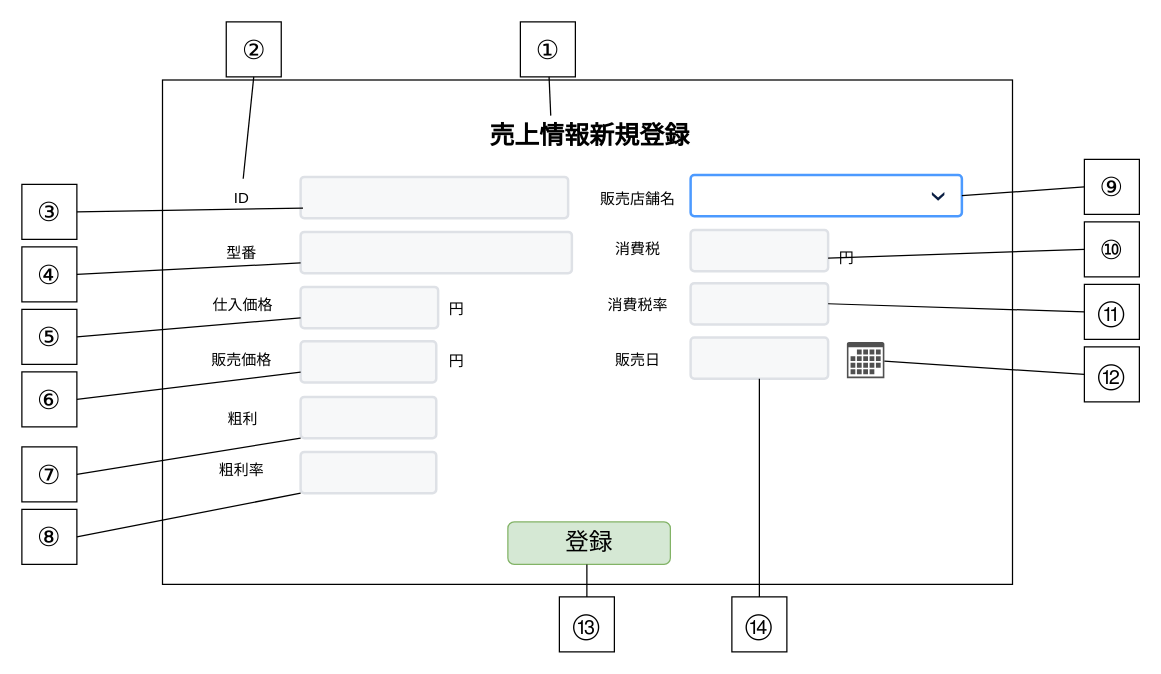
Before: page "売上情報_新規登録" (8 of 10) of 各種設計書/6.画面設計書/画面設計.drawio in HaruShim/Sotuken, a draw.io diagram. Source tidied: cells renumbered, new cells numbered last; positions are measured from the earlier drawing's top-left corner, leaving out a move shared by most shapes. Both pictures are drawn from the tidied source at 125%, with x=0, y=0 at pixel (21, 21).
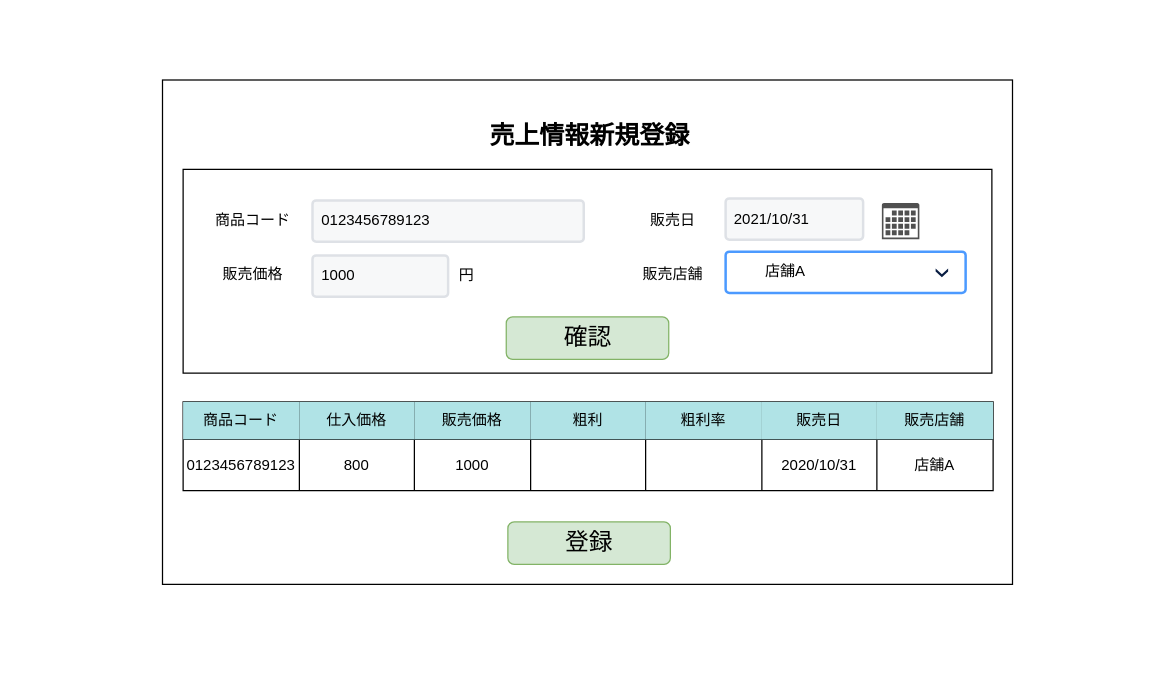
Above is the later version.

Change to the diagram source:
```diff
@@
+    <mxCell id="59" style="rounded=0;whiteSpace=wrap;html=1;" parent="1" vertex="1">
+      <mxGeometry x="129" y="118" width="647" height="163" as="geometry" />
+    </mxCell>
@@
-    <mxCell id="5" value="ID" style="text;html=1;strokeColor=none;fillColor=none;align=center;verticalAlign=middle;whiteSpace=wrap;rounded=0;" parent="1" vertex="1">
-      <mxGeometry x="142.5" y="125.5" width="66" height="30" as="geometry" />
-    </mxCell>
-    <mxCell id="6" style="rounded=1;arcSize=9;fillColor=#F7F8F9;align=left;spacingLeft=5;strokeColor=#DEE1E6;html=1;strokeWidth=2;fontSize=12;" parent="1" vertex="1">
-      <mxGeometry x="223" y="124" width="214" height="33" as="geometry" />
-    </mxCell>
-    <mxCell id="7" style="rounded=1;arcSize=9;fillColor=#F7F8F9;align=left;spacingLeft=5;strokeColor=#DEE1E6;html=1;strokeWidth=2;fontSize=12;" parent="1" vertex="1">
-      <mxGeometry x="223" y="168" width="217" height="33" as="geometry" />
+    <mxCell id="7" value="0123456789123" style="rounded=1;arcSize=9;fillColor=#F7F8F9;align=left;spacingLeft=5;strokeColor=#DEE1E6;html=1;strokeWidth=2;fontSize=12;" parent="1" vertex="1">
+      <mxGeometry x="232.5" y="142.8" width="217" height="33" as="geometry" />
     </mxCell>
-    <mxCell id="8" value="型番" style="text;html=1;strokeColor=none;fillColor=none;align=center;verticalAlign=middle;whiteSpace=wrap;rounded=0;" parent="1" vertex="1">
-      <mxGeometry x="125.5" y="169.5" width="100" height="30" as="geometry" />
+    <mxCell id="8" value="商品コード" style="text;html=1;strokeColor=none;fillColor=none;align=center;verticalAlign=middle;whiteSpace=wrap;rounded=0;" parent="1" vertex="1">
+      <mxGeometry x="135" y="144.2" width="100" height="30" as="geometry" />
     </mxCell>
-    <mxCell id="9" style="rounded=1;arcSize=9;fillColor=#F7F8F9;align=left;spacingLeft=5;strokeColor=#DEE1E6;html=1;strokeWidth=2;fontSize=12;" parent="1" vertex="1">
-      <mxGeometry x="223" y="212" width="110" height="33" as="geometry" />
-    </mxCell>
-    <mxCell id="10" value="粗利" style="text;html=1;strokeColor=none;fillColor=none;align=center;verticalAlign=middle;whiteSpace=wrap;rounded=0;" parent="1" vertex="1">
-      <mxGeometry x="147" y="303" width="60" height="30" as="geometry" />
-    </mxCell>
-    <mxCell id="11" value="粗利率" style="text;html=1;strokeColor=none;fillColor=none;align=center;verticalAlign=middle;whiteSpace=wrap;rounded=0;" parent="1" vertex="1">
-      <mxGeometry x="145.5" y="344" width="60" height="30" as="geometry" />
-    </mxCell>
-    <mxCell id="12" style="rounded=1;arcSize=9;fillColor=#ffffff;strokeColor=#4C9AFF;html=1;strokeWidth=2;spacingLeft=30;fontColor=#000000;align=left;" parent="1" vertex="1">
-      <mxGeometry x="535" y="122.5" width="217" height="33" as="geometry" />
-    </mxCell>
-    <mxCell id="13" style="shape=step;whiteSpace=wrap;html=1;rounded=0;strokeColor=none;strokeWidth=2;fillColor=#0A1E43;gradientColor=none;fontFamily=Verdana;fontSize=14;fontColor=#000000;align=left;direction=south;size=0.65;" parent="12" vertex="1">
-      <mxGeometry x="1" y="0.5" width="10" height="7" relative="1" as="geometry">
-        <mxPoint x="-24" y="-3" as="offset" />
-      </mxGeometry>
-    </mxCell>
-    <mxCell id="14" value="仕入価格" style="text;html=1;strokeColor=none;fillColor=none;align=center;verticalAlign=middle;whiteSpace=wrap;rounded=0;" parent="1" vertex="1">
-      <mxGeometry x="144" y="212" width="66" height="30" as="geometry" />
-    </mxCell>
-    <mxCell id="15" style="rounded=1;arcSize=9;fillColor=#F7F8F9;align=left;spacingLeft=5;strokeColor=#DEE1E6;html=1;strokeWidth=2;fontSize=12;" parent="1" vertex="1">
-      <mxGeometry x="223" y="255.5" width="108.5" height="33" as="geometry" />
+    <mxCell id="15" value="1000" style="rounded=1;arcSize=9;fillColor=#F7F8F9;align=left;spacingLeft=5;strokeColor=#DEE1E6;html=1;strokeWidth=2;fontSize=12;" parent="1" vertex="1">
+      <mxGeometry x="232.5" y="186.8" width="108.5" height="33" as="geometry" />
     </mxCell>
-    <mxCell id="16" value="円" style="text;html=1;strokeColor=none;fillColor=none;align=center;verticalAlign=middle;whiteSpace=wrap;rounded=0;" parent="1" vertex="1">
-      <mxGeometry x="333" y="215" width="30" height="30" as="geometry" />
-    </mxCell>
     <mxCell id="17" value="販売価格" style="text;html=1;strokeColor=none;fillColor=none;align=center;verticalAlign=middle;whiteSpace=wrap;rounded=0;" parent="1" vertex="1">
-      <mxGeometry x="142.5" y="255.5" width="66" height="30" as="geometry" />
+      <mxGeometry x="152" y="186.8" width="66" height="30" as="geometry" />
     </mxCell>
     <mxCell id="18" value="円" style="text;html=1;strokeColor=none;fillColor=none;align=center;verticalAlign=middle;whiteSpace=wrap;rounded=0;" parent="1" vertex="1">
-      <mxGeometry x="333" y="257" width="30" height="30" as="geometry" />
+      <mxGeometry x="341" y="188.2" width="30" height="30" as="geometry" />
     </mxCell>
-    <mxCell id="19" style="rounded=1;arcSize=9;fillColor=#F7F8F9;align=left;spacingLeft=5;strokeColor=#DEE1E6;html=1;strokeWidth=2;fontSize=12;" parent="1" vertex="1">
-      <mxGeometry x="223" y="300" width="108.5" height="33" as="geometry" />
-    </mxCell>
-    <mxCell id="20" style="rounded=1;arcSize=9;fillColor=#F7F8F9;align=left;spacingLeft=5;strokeColor=#DEE1E6;html=1;strokeWidth=2;fontSize=12;" parent="1" vertex="1">
-      <mxGeometry x="223" y="344" width="108.5" height="33" as="geometry" />
-    </mxCell>
-    <mxCell id="21" value="販売店舗名" style="text;html=1;strokeColor=none;fillColor=none;align=center;verticalAlign=middle;whiteSpace=wrap;rounded=0;" parent="1" vertex="1">
-      <mxGeometry x="460" y="127" width="66" height="30" as="geometry" />
-    </mxCell>
-    <mxCell id="22" value="消費税" style="text;html=1;strokeColor=none;fillColor=none;align=center;verticalAlign=middle;whiteSpace=wrap;rounded=0;" parent="1" vertex="1">
-      <mxGeometry x="460" y="166.5" width="66" height="30" as="geometry" />
-    </mxCell>
-    <mxCell id="23" style="rounded=1;arcSize=9;fillColor=#F7F8F9;align=left;spacingLeft=5;strokeColor=#DEE1E6;html=1;strokeWidth=2;fontSize=12;" parent="1" vertex="1">
-      <mxGeometry x="535" y="166.5" width="110" height="33" as="geometry" />
-    </mxCell>
-    <mxCell id="24" value="円" style="text;html=1;strokeColor=none;fillColor=none;align=center;verticalAlign=middle;whiteSpace=wrap;rounded=0;" parent="1" vertex="1">
-      <mxGeometry x="645" y="174" width="30" height="30" as="geometry" />
-    </mxCell>
-    <mxCell id="25" value="消費税率" style="text;html=1;strokeColor=none;fillColor=none;align=center;verticalAlign=middle;whiteSpace=wrap;rounded=0;" parent="1" vertex="1">
-      <mxGeometry x="460" y="212" width="66" height="30" as="geometry" />
-    </mxCell>
-    <mxCell id="26" style="rounded=1;arcSize=9;fillColor=#F7F8F9;align=left;spacingLeft=5;strokeColor=#DEE1E6;html=1;strokeWidth=2;fontSize=12;" parent="1" vertex="1">
-      <mxGeometry x="535" y="209" width="110" height="33" as="geometry" />
-    </mxCell>
     <mxCell id="27" value="販売日" style="text;html=1;strokeColor=none;fillColor=none;align=center;verticalAlign=middle;whiteSpace=wrap;rounded=0;" parent="1" vertex="1">
-      <mxGeometry x="460" y="255.5" width="66" height="30" as="geometry" />
+      <mxGeometry x="488" y="144.2" width="66" height="30" as="geometry" />
     </mxCell>
-    <mxCell id="28" style="rounded=1;arcSize=9;fillColor=#F7F8F9;align=left;spacingLeft=5;strokeColor=#DEE1E6;html=1;strokeWidth=2;fontSize=12;" parent="1" vertex="1">
-      <mxGeometry x="535" y="252.5" width="110" height="33" as="geometry" />
+    <mxCell id="28" value="2021/10/31" style="rounded=1;arcSize=9;fillColor=#F7F8F9;align=left;spacingLeft=5;strokeColor=#DEE1E6;html=1;strokeWidth=2;fontSize=12;" parent="1" vertex="1">
+      <mxGeometry x="563" y="141.2" width="110" height="33" as="geometry" />
     </mxCell>
     <mxCell id="29" style="sketch=0;shadow=0;dashed=0;html=1;strokeColor=none;fillColor=#505050;labelPosition=center;verticalLabelPosition=bottom;verticalAlign=top;outlineConnect=0;align=center;shape=mxgraph.office.concepts.calendar;" parent="1" vertex="1">
-      <mxGeometry x="660" y="256" width="30" height="29" as="geometry" />
+      <mxGeometry x="688" y="144.8" width="30" height="29" as="geometry" />
     </mxCell>
-    <mxCell id="30" parent="0" />
-    <mxCell id="31" value="②" style="whiteSpace=wrap;html=1;fontSize=21;" parent="30" vertex="1">
-      <mxGeometry x="163.5" width="44" height="44" as="geometry" />
-    </mxCell>
-    <mxCell id="32" style="endArrow=none;html=1;rounded=0;fontSize=19;entryX=0.5;entryY=1;entryDx=0;entryDy=0;" parent="30" edge="1" source="5" target="31">
-      <mxGeometry relative="1" as="geometry" />
-    </mxCell>
-    <mxCell id="33" value="①" style="whiteSpace=wrap;html=1;fontSize=21;" parent="30" vertex="1">
-      <mxGeometry x="398.8" width="44" height="44" as="geometry" />
-    </mxCell>
-    <mxCell id="34" style="endArrow=none;html=1;rounded=0;fontSize=19;exitX=0.25;exitY=0;exitDx=0;exitDy=0;" parent="30" edge="1" target="33">
-      <mxGeometry relative="1" as="geometry">
-        <mxPoint x="423.1" y="75" as="sourcePoint" />
-      </mxGeometry>
-    </mxCell>
-    <mxCell id="35" value="③" style="whiteSpace=wrap;html=1;fontSize=21;" parent="30" vertex="1">
-      <mxGeometry y="130" width="44" height="44" as="geometry" />
-    </mxCell>
-    <mxCell id="36" style="endArrow=none;html=1;rounded=0;fontSize=19;entryX=1;entryY=0.5;entryDx=0;entryDy=0;exitX=0.009;exitY=0.758;exitDx=0;exitDy=0;exitPerimeter=0;" parent="30" edge="1" target="35">
-      <mxGeometry relative="1" as="geometry">
-        <mxPoint x="224.9" y="149" as="sourcePoint" />
-      </mxGeometry>
-    </mxCell>
-    <mxCell id="37" value="④" style="whiteSpace=wrap;html=1;fontSize=21;" parent="30" vertex="1">
-      <mxGeometry y="180" width="44" height="44" as="geometry" />
-    </mxCell>
-    <mxCell id="38" style="endArrow=none;html=1;rounded=0;fontSize=19;entryX=1;entryY=0.5;entryDx=0;entryDy=0;exitX=0;exitY=0.75;exitDx=0;exitDy=0;" parent="30" edge="1" target="37">
-      <mxGeometry relative="1" as="geometry">
-        <mxPoint x="223" y="192.8" as="sourcePoint" />
-      </mxGeometry>
-    </mxCell>
-    <mxCell id="39" value="⑤" style="whiteSpace=wrap;html=1;fontSize=21;" parent="30" vertex="1">
-      <mxGeometry y="230" width="44" height="44" as="geometry" />
-    </mxCell>
-    <mxCell id="40" style="endArrow=none;html=1;rounded=0;fontSize=19;entryX=1;entryY=0.5;entryDx=0;entryDy=0;exitX=0;exitY=0.75;exitDx=0;exitDy=0;" parent="30" edge="1" target="39">
-      <mxGeometry relative="1" as="geometry">
-        <mxPoint x="223" y="236.8" as="sourcePoint" />
-      </mxGeometry>
-    </mxCell>
-    <mxCell id="41" value="⑥" style="whiteSpace=wrap;html=1;fontSize=21;" parent="30" vertex="1">
-      <mxGeometry y="280" width="44" height="44" as="geometry" />
-    </mxCell>
-    <mxCell id="42" style="endArrow=none;html=1;rounded=0;fontSize=19;entryX=1;entryY=0.5;entryDx=0;entryDy=0;exitX=0;exitY=0.75;exitDx=0;exitDy=0;" parent="30" edge="1" target="41">
-      <mxGeometry relative="1" as="geometry">
-        <mxPoint x="223" y="280.2" as="sourcePoint" />
-      </mxGeometry>
-    </mxCell>
-    <mxCell id="43" value="⑦" style="whiteSpace=wrap;html=1;fontSize=21;" parent="30" vertex="1">
-      <mxGeometry y="340" width="44" height="44" as="geometry" />
-    </mxCell>
-    <mxCell id="44" style="endArrow=none;html=1;rounded=0;fontSize=19;entryX=1;entryY=0.5;entryDx=0;entryDy=0;exitX=0;exitY=1;exitDx=0;exitDy=0;" parent="30" edge="1" target="43">
-      <mxGeometry relative="1" as="geometry">
-        <mxPoint x="223" y="333" as="sourcePoint" />
-      </mxGeometry>
-    </mxCell>
-    <mxCell id="45" value="⑧" style="whiteSpace=wrap;html=1;fontSize=21;" parent="30" vertex="1">
-      <mxGeometry y="390" width="44" height="44" as="geometry" />
-    </mxCell>
-    <mxCell id="46" style="endArrow=none;html=1;rounded=0;fontSize=19;entryX=1;entryY=0.5;entryDx=0;entryDy=0;exitX=0;exitY=1;exitDx=0;exitDy=0;" parent="30" edge="1" target="45">
-      <mxGeometry relative="1" as="geometry">
-        <mxPoint x="223" y="377" as="sourcePoint" />
-      </mxGeometry>
-    </mxCell>
-    <mxCell id="47" value="⑨" style="whiteSpace=wrap;html=1;fontSize=21;" parent="30" vertex="1">
-      <mxGeometry x="850" y="110" width="44" height="44" as="geometry" />
-    </mxCell>
-    <mxCell id="48" style="endArrow=none;html=1;rounded=0;fontSize=19;entryX=0;entryY=0.5;entryDx=0;entryDy=0;exitX=1;exitY=0.5;exitDx=0;exitDy=0;" parent="30" edge="1" source="12" target="47">
-      <mxGeometry relative="1" as="geometry" />
-    </mxCell>
-    <mxCell id="49" value="⑩" style="whiteSpace=wrap;html=1;fontSize=21;" parent="30" vertex="1">
-      <mxGeometry x="850" y="160" width="44" height="44" as="geometry" />
-    </mxCell>
-    <mxCell id="50" style="endArrow=none;html=1;rounded=0;fontSize=19;entryX=0;entryY=0.5;entryDx=0;entryDy=0;exitX=0;exitY=0.5;exitDx=0;exitDy=0;" parent="30" edge="1" source="24" target="49">
-      <mxGeometry relative="1" as="geometry" />
-    </mxCell>
-    <mxCell id="51" value="⑪" style="whiteSpace=wrap;html=1;fontSize=21;" parent="30" vertex="1">
-      <mxGeometry x="850" y="210" width="44" height="44" as="geometry" />
-    </mxCell>
-    <mxCell id="52" style="endArrow=none;html=1;rounded=0;fontSize=19;entryX=0;entryY=0.5;entryDx=0;entryDy=0;exitX=1;exitY=0.5;exitDx=0;exitDy=0;" parent="30" edge="1" source="26" target="51">
-      <mxGeometry relative="1" as="geometry" />
-    </mxCell>
-    <mxCell id="53" value="⑫" style="whiteSpace=wrap;html=1;fontSize=21;" parent="30" vertex="1">
-      <mxGeometry x="850" y="260" width="44" height="44" as="geometry" />
-    </mxCell>
-    <mxCell id="54" style="endArrow=none;html=1;rounded=0;fontSize=19;entryX=0;entryY=0.5;entryDx=0;entryDy=0;" parent="30" edge="1" source="29" target="53">
-      <mxGeometry relative="1" as="geometry" />
-    </mxCell>
-    <mxCell id="55" value="⑭" style="whiteSpace=wrap;html=1;fontSize=21;" parent="30" vertex="1">
-      <mxGeometry x="568" y="460" width="44" height="44" as="geometry" />
-    </mxCell>
-    <mxCell id="56" style="endArrow=none;html=1;rounded=0;fontSize=19;entryX=0.5;entryY=0;entryDx=0;entryDy=0;" parent="30" edge="1" source="28" target="55">
-      <mxGeometry relative="1" as="geometry" />
-    </mxCell>
-    <mxCell id="57" value="⑬" style="whiteSpace=wrap;html=1;fontSize=21;" parent="30" vertex="1">
-      <mxGeometry x="430" y="460" width="44" height="44" as="geometry" />
-    </mxCell>
-    <mxCell id="58" style="endArrow=none;html=1;rounded=0;fontSize=19;entryX=0.5;entryY=0;entryDx=0;entryDy=0;" parent="30" edge="1" target="57">
-      <mxGeometry relative="1" as="geometry">
-        <mxPoint x="452" y="434" as="sourcePoint" />
-      </mxGeometry>
-    </mxCell>
+    <mxCell id="60" style="shape=table;startSize=0;childLayout=tableLayout;" parent="1" vertex="1">
+      <mxGeometry x="129" y="304" width="648" height="70.9" as="geometry" />
+    </mxCell>
+    <mxCell id="61" style="shape=partialRectangle;fillColor=none;top=0;left=0;bottom=0;right=0;" parent="60" vertex="1">
+      <mxGeometry width="648" height="30" as="geometry" />
+    </mxCell>
+    <mxCell id="62" value="商品コード" style="shape=partialRectangle;html=1;whiteSpace=wrap;overflow=hidden;fillColor=#b0e3e6;top=0;left=0;bottom=0;right=0;strokeColor=#0e8088;" parent="61" vertex="1">
+      <mxGeometry width="93" height="30" as="geometry" />
+    </mxCell>
+    <mxCell id="14" value="仕入価格" style="shape=partialRectangle;html=1;whiteSpace=wrap;overflow=hidden;fillColor=#b0e3e6;top=0;left=0;bottom=0;right=0;strokeColor=#0e8088;" parent="61" vertex="1">
+      <mxGeometry x="93" width="92" height="30" as="geometry" />
+    </mxCell>
+    <mxCell id="63" value="販売価格" style="shape=partialRectangle;html=1;whiteSpace=wrap;overflow=hidden;fillColor=#b0e3e6;top=0;left=0;bottom=0;right=0;strokeColor=#0e8088;" parent="61" vertex="1">
+      <mxGeometry x="185" width="93" height="30" as="geometry" />
+    </mxCell>
+    <mxCell id="10" value="粗利" style="shape=partialRectangle;html=1;whiteSpace=wrap;overflow=hidden;fillColor=#b0e3e6;top=0;left=0;bottom=0;right=0;strokeColor=#0e8088;" parent="61" vertex="1">
+      <mxGeometry x="278" width="92" height="30" as="geometry" />
+    </mxCell>
+    <mxCell id="11" value="粗利率" style="shape=partialRectangle;html=1;whiteSpace=wrap;overflow=hidden;fillColor=#b0e3e6;top=0;left=0;bottom=0;right=0;strokeColor=#0e8088;" parent="61" vertex="1">
+      <mxGeometry x="370" width="93" height="30" as="geometry" />
+    </mxCell>
+    <mxCell id="64" value="販売日" style="shape=partialRectangle;html=1;whiteSpace=wrap;overflow=hidden;fillColor=#b0e3e6;top=0;left=0;bottom=0;right=0;strokeColor=#0e8088;" parent="61" vertex="1">
+      <mxGeometry x="463" width="92" height="30" as="geometry" />
+    </mxCell>
+    <mxCell id="65" value="販売店舗" style="shape=partialRectangle;html=1;whiteSpace=wrap;overflow=hidden;fillColor=#b0e3e6;top=0;left=0;bottom=0;right=0;strokeColor=#0e8088;" parent="61" vertex="1">
+      <mxGeometry x="555" width="93" height="30" as="geometry" />
+    </mxCell>
+    <mxCell id="66" style="shape=partialRectangle;fillColor=none;top=0;left=0;bottom=0;right=0;" parent="60" vertex="1">
+      <mxGeometry y="30" width="648" height="41" as="geometry" />
+    </mxCell>
+    <mxCell id="67" value="&lt;span style=&quot;text-align: left&quot;&gt;0123456789123&lt;/span&gt;" style="shape=partialRectangle;html=1;whiteSpace=wrap;overflow=hidden;fillColor=none;top=0;left=0;bottom=0;right=0;" parent="66" vertex="1">
+      <mxGeometry width="93" height="41" as="geometry" />
+    </mxCell>
+    <mxCell id="68" value="800" style="shape=partialRectangle;html=1;whiteSpace=wrap;overflow=hidden;fillColor=none;top=0;left=0;bottom=0;right=0;" parent="66" vertex="1">
+      <mxGeometry x="93" width="92" height="41" as="geometry" />
+    </mxCell>
+    <mxCell id="69" value="1000" style="shape=partialRectangle;html=1;whiteSpace=wrap;overflow=hidden;fillColor=none;top=0;left=0;bottom=0;right=0;" parent="66" vertex="1">
+      <mxGeometry x="185" width="93" height="41" as="geometry" />
+    </mxCell>
+    <mxCell id="70" style="shape=partialRectangle;html=1;whiteSpace=wrap;overflow=hidden;fillColor=none;top=0;left=0;bottom=0;right=0;" parent="66" vertex="1">
+      <mxGeometry x="278" width="92" height="41" as="geometry" />
+    </mxCell>
+    <mxCell id="71" style="shape=partialRectangle;html=1;whiteSpace=wrap;overflow=hidden;fillColor=none;top=0;left=0;bottom=0;right=0;" parent="66" vertex="1">
+      <mxGeometry x="370" width="93" height="41" as="geometry" />
+    </mxCell>
+    <mxCell id="72" value="2020/10/31" style="shape=partialRectangle;html=1;whiteSpace=wrap;overflow=hidden;fillColor=none;top=0;left=0;bottom=0;right=0;" parent="66" vertex="1">
+      <mxGeometry x="463" width="92" height="41" as="geometry" />
+    </mxCell>
+    <mxCell id="73" value="店舗A" style="shape=partialRectangle;html=1;whiteSpace=wrap;overflow=hidden;fillColor=none;top=0;left=0;bottom=0;right=0;" parent="66" vertex="1">
+      <mxGeometry x="555" width="93" height="41" as="geometry" />
+    </mxCell>
+    <mxCell id="74" value="&lt;span style=&quot;font-size: 19px&quot;&gt;確認&lt;/span&gt;" style="rounded=1;whiteSpace=wrap;html=1;align=center;labelBackgroundColor=none;fillColor=#d5e8d4;strokeColor=#82b366;" parent="1" vertex="1">
+      <mxGeometry x="387.5" y="236" width="130" height="34" as="geometry" />
+    </mxCell>
+    <mxCell id="75" value="店舗A" style="rounded=1;arcSize=9;fillColor=#ffffff;strokeColor=#4C9AFF;html=1;strokeWidth=2;spacingLeft=30;fontColor=#000000;align=left;" parent="1" vertex="1">
+      <mxGeometry x="563" y="183.8" width="192" height="33" as="geometry" />
+    </mxCell>
+    <mxCell id="76" style="shape=step;whiteSpace=wrap;html=1;rounded=0;strokeColor=none;strokeWidth=2;fillColor=#0A1E43;gradientColor=none;fontFamily=Verdana;fontSize=14;fontColor=#000000;align=left;direction=south;size=0.65;" parent="75" vertex="1">
+      <mxGeometry x="1" y="0.5" width="10" height="7" relative="1" as="geometry">
+        <mxPoint x="-24" y="-3" as="offset" />
+      </mxGeometry>
+    </mxCell>
+    <mxCell id="77" value="販売店舗" style="text;html=1;strokeColor=none;fillColor=none;align=center;verticalAlign=middle;whiteSpace=wrap;rounded=0;" parent="1" vertex="1">
+      <mxGeometry x="488" y="186.8" width="66" height="30" as="geometry" />
+    </mxCell>
```
